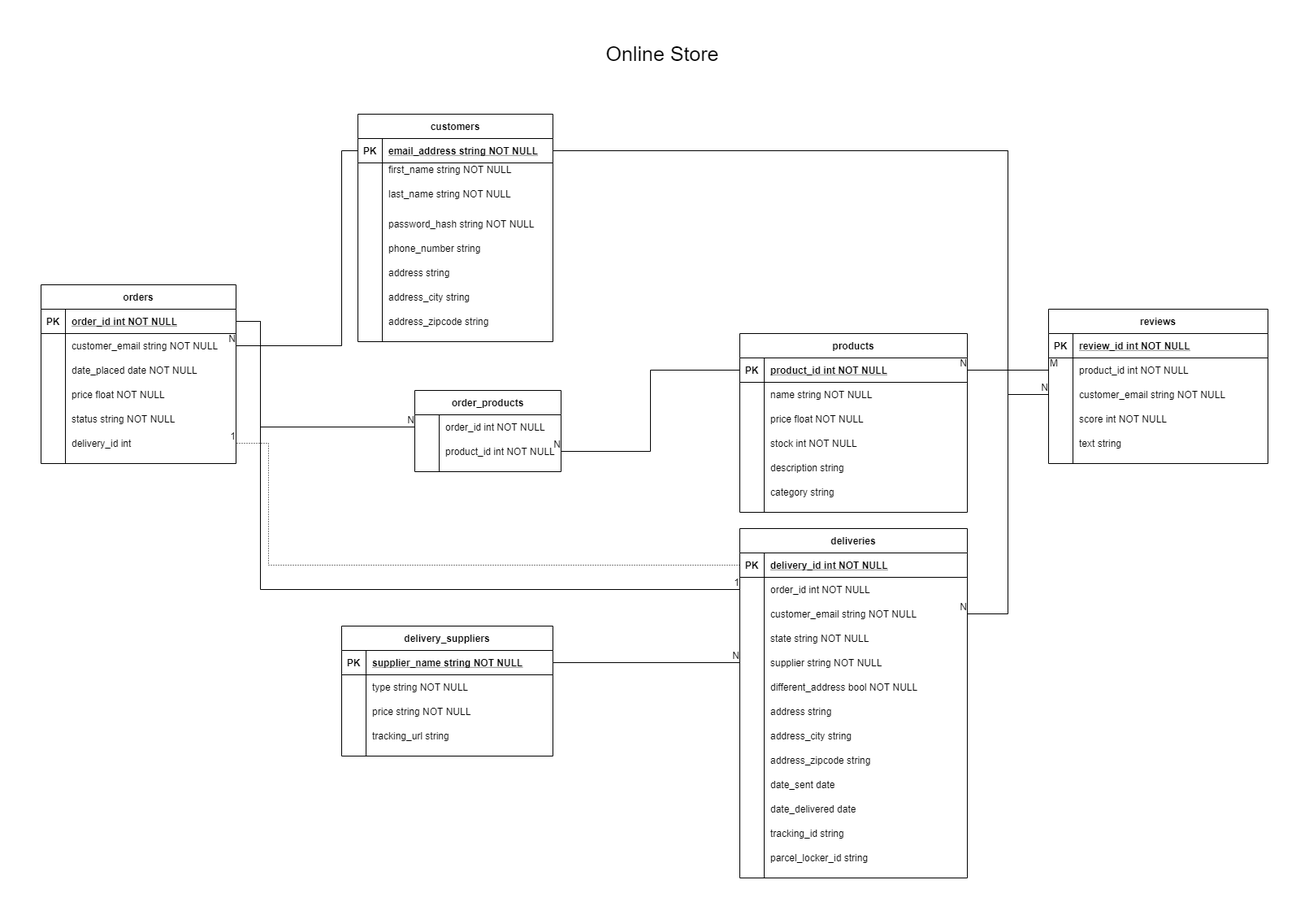
Above: erd.png in kacpwoja/EDABA (draw.io), before the change. Source tidied: cells renumbered, new cells last; positions are measured from the earlier drawing's top-left corner, leaving out a move shared by most shapes.
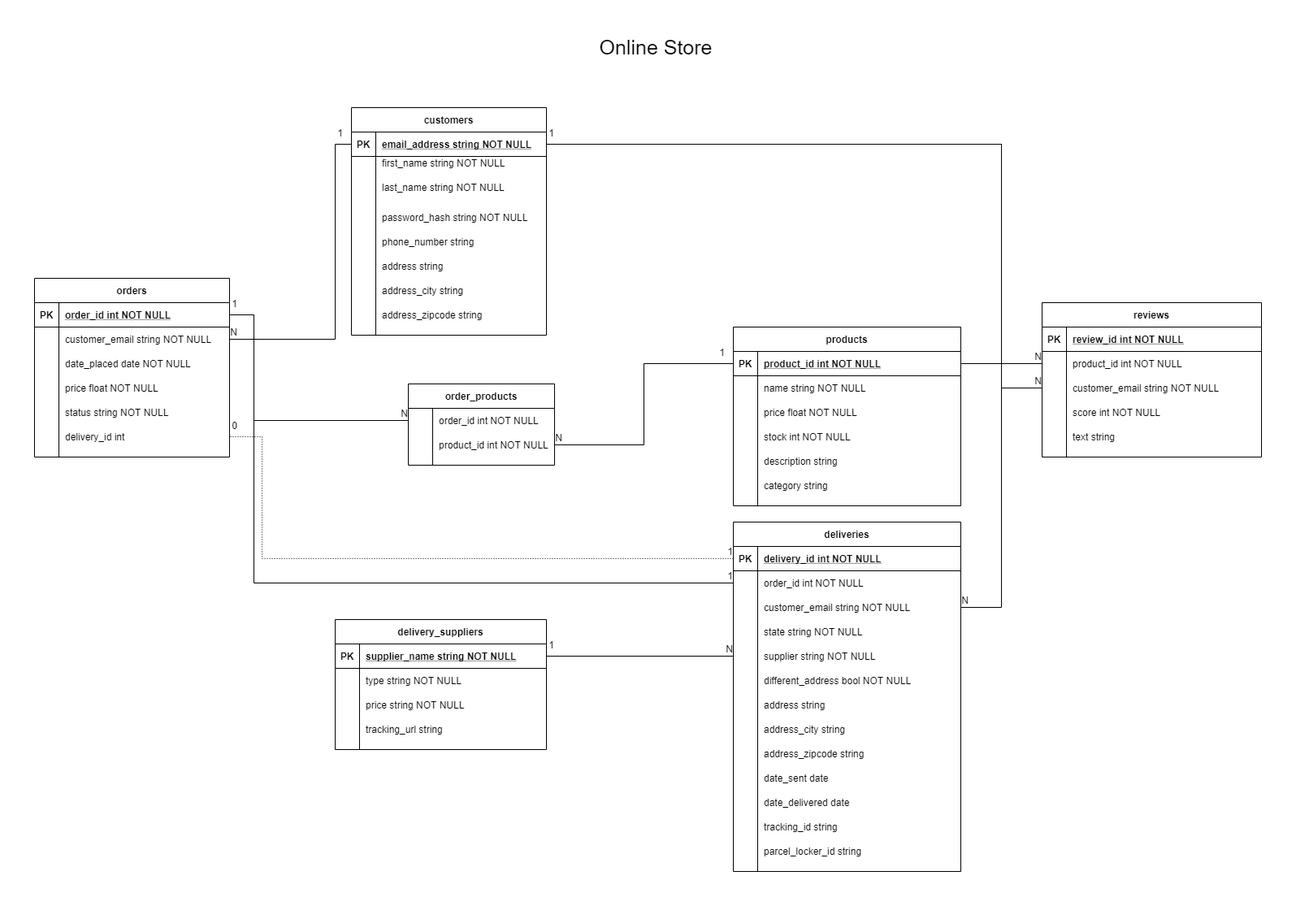
Above is the later version.

Diff of the diagram source:
```diff
@@ -320,7 +320,9 @@
       </mxGeometry>
     </mxCell>
     <mxCell id="106" value="1" style="html=1;align=right;verticalAlign=bottom;" parent="105" vertex="1">
-      <mxGeometry x="1" relative="1" as="geometry" />
+      <mxGeometry x="1" relative="1" as="geometry">
+        <mxPoint x="620" y="150" as="offset" />
+      </mxGeometry>
     </mxCell>
     <mxCell id="107" style="endArrow=none;html=1;rounded=0;exitX=1;exitY=0.5;exitDx=0;exitDy=0;entryX=0;entryY=0.5;entryDx=0;entryDy=0;edgeStyle=orthogonalEdgeStyle;" parent="1" edge="1" source="47" target="69">
       <mxGeometry relative="1" as="geometry">
@@ -342,7 +344,9 @@
       </mxGeometry>
     </mxCell>
     <mxCell id="110" value="N" style="html=1;align=right;verticalAlign=bottom;" parent="109" vertex="1">
-      <mxGeometry x="1" relative="1" as="geometry" />
+      <mxGeometry x="1" relative="1" as="geometry">
+        <mxPoint x="10" as="offset" />
+      </mxGeometry>
     </mxCell>
     <mxCell id="111" style="endArrow=none;html=1;rounded=0;entryX=1;entryY=0.5;entryDx=0;entryDy=0;edgeStyle=orthogonalEdgeStyle;exitX=0;exitY=0.5;exitDx=0;exitDy=0;" parent="1" edge="1" source="3" target="50">
       <mxGeometry relative="1" as="geometry">
@@ -353,7 +357,9 @@
       </mxGeometry>
     </mxCell>
     <mxCell id="112" value="N" style="html=1;align=right;verticalAlign=bottom;" parent="111" vertex="1">
-      <mxGeometry x="1" relative="1" as="geometry" />
+      <mxGeometry x="1" relative="1" as="geometry">
+        <mxPoint x="10" as="offset" />
+      </mxGeometry>
     </mxCell>
     <mxCell id="113" value="delivery_suppliers" style="shape=table;startSize=30;rowLines=0;fontStyle=1;align=center;" parent="1" vertex="1">
       <mxGeometry x="370" y="720" width="260" height="160" as="geometry" />
@@ -466,15 +472,6 @@
     <mxCell id="146" value="N" style="html=1;align=right;verticalAlign=bottom;" parent="145" vertex="1">
       <mxGeometry x="1" relative="1" as="geometry" />
     </mxCell>
-    <mxCell id="147" style="endArrow=none;html=1;rounded=0;exitX=0;exitY=0.5;exitDx=0;exitDy=0;entryX=1;entryY=0.5;entryDx=0;entryDy=0;edgeStyle=orthogonalEdgeStyle;" parent="1" edge="1" source="133" target="28">
-      <mxGeometry relative="1" as="geometry" />
-    </mxCell>
-    <mxCell id="148" value="M" style="html=1;align=left;verticalAlign=bottom;" parent="147" vertex="1">
-      <mxGeometry x="-1" relative="1" as="geometry" />
-    </mxCell>
-    <mxCell id="149" value="N" style="html=1;align=right;verticalAlign=bottom;" parent="147" vertex="1">
-      <mxGeometry x="1" relative="1" as="geometry" />
-    </mxCell>
     <mxCell id="150" value="order_products" style="shape=table;startSize=30;rowLines=0;fontStyle=1;align=center;" parent="1" vertex="1">
       <mxGeometry x="460" y="430" width="180" height="100" as="geometry" />
     </mxCell>
@@ -500,7 +497,9 @@
       <mxGeometry relative="1" as="geometry" />
     </mxCell>
     <mxCell id="158" value="N" style="html=1;align=right;verticalAlign=bottom;" parent="157" vertex="1">
-      <mxGeometry x="1" relative="1" as="geometry" />
+      <mxGeometry x="1" relative="1" as="geometry">
+        <mxPoint x="10" as="offset" />
+      </mxGeometry>
     </mxCell>
     <mxCell id="159" style="endArrow=none;html=1;rounded=0;entryX=0;entryY=0.5;entryDx=0;entryDy=0;exitX=1;exitY=0.5;exitDx=0;exitDy=0;edgeStyle=orthogonalEdgeStyle;" parent="1" edge="1" source="47" target="151">
       <mxGeometry relative="1" as="geometry">
@@ -513,5 +512,29 @@
     <mxCell id="160" value="N" style="html=1;align=right;verticalAlign=bottom;" parent="159" vertex="1">
       <mxGeometry x="1" relative="1" as="geometry" />
     </mxCell>
+    <mxCell id="161" value="1" style="html=1;align=right;verticalAlign=bottom;" parent="1" vertex="1">
+      <mxGeometry x="250" y="340" as="geometry" />
+    </mxCell>
+    <mxCell id="162" value="1" style="html=1;align=right;verticalAlign=bottom;" parent="1" vertex="1">
+      <mxGeometry x="380" y="130" as="geometry" />
+    </mxCell>
+    <mxCell id="163" value="1" style="html=1;align=right;verticalAlign=bottom;" parent="1" vertex="1">
+      <mxGeometry x="640" y="130" as="geometry" />
+    </mxCell>
+    <mxCell id="164" value="1" style="html=1;align=right;verticalAlign=bottom;" parent="1" vertex="1">
+      <mxGeometry x="850" y="400" as="geometry" />
+    </mxCell>
+    <mxCell id="165" style="endArrow=none;html=1;rounded=0;exitX=1;exitY=0.5;exitDx=0;exitDy=0;entryX=0;entryY=0.5;entryDx=0;entryDy=0;" parent="1" edge="1" source="28" target="133">
+      <mxGeometry relative="1" as="geometry" />
+    </mxCell>
+    <mxCell id="149" value="N" style="html=1;align=right;verticalAlign=bottom;" parent="165" vertex="1">
+      <mxGeometry x="1" relative="1" as="geometry" />
+    </mxCell>
+    <mxCell id="166" value="0" style="html=1;align=right;verticalAlign=bottom;" parent="1" vertex="1">
+      <mxGeometry x="250" y="490" as="geometry" />
+    </mxCell>
+    <mxCell id="167" value="1" style="html=1;align=right;verticalAlign=bottom;" parent="1" vertex="1">
+      <mxGeometry x="640" y="760" as="geometry" />
+    </mxCell>
   </root>
 </mxGraphModel>
```
